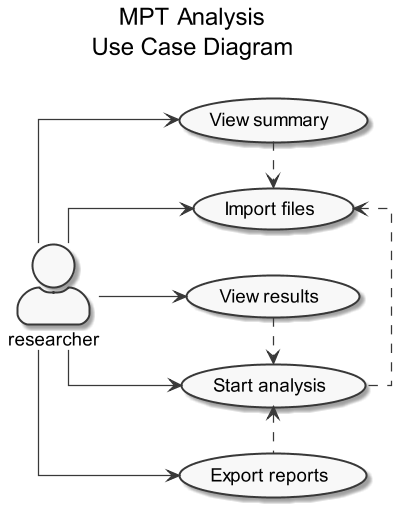
Above: docs/useCase.png in lassisg/mpthub (PlantUML), before the change.
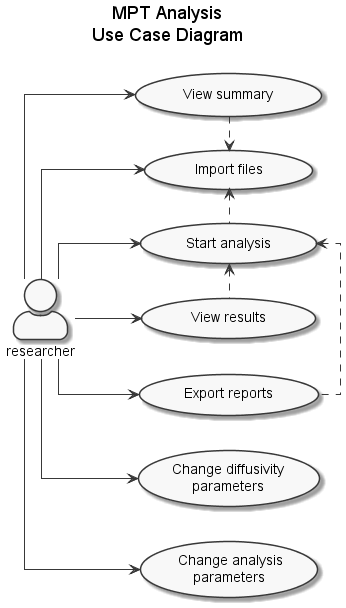
After the change.

Commit message:
Use case updated.

The edit, as a diff of the source:
```diff
@@ -1,25 +1,27 @@
 @startuml
 
-scale 512*512
 
 skinparam Monochrome true
 skinparam actorStyle awesome
 skinparam linetype ortho
+skinparam BoxPadding 100
 
 left to right direction
 
 title MPT Analysis\nUse Case Diagram\n
 
-:researcher: --> (Import files)
-:researcher: --> (View summary)
-:researcher: --> (Start analysis)
-:researcher: --> (View results)
-:researcher: --> (Export reports)
+:researcher: --> (Change diffusivity\nparameters)
+:researcher: --> ( Change analysis\n parameters )
+:researcher: --> (       Import files       )
+:researcher: --> (       View summary       )
+:researcher: --> (      Start analysis      )
+:researcher: --> (       View results       )
+:researcher: --> (      Export reports      )
 
-(View summary)   .> (Import files)
-(Start analysis) <. (Export reports)
-(Import files)   <. (Start analysis)
-(View results)   .> (Start analysis)
+(       View summary       ) .> (       Import files       )
+(       Import files       ) <. (      Start analysis      )
+(      Start analysis      ) <. (      Export reports      )
+(      Start analysis      ) <. (       View results       )
 
 
 @enduml
```
